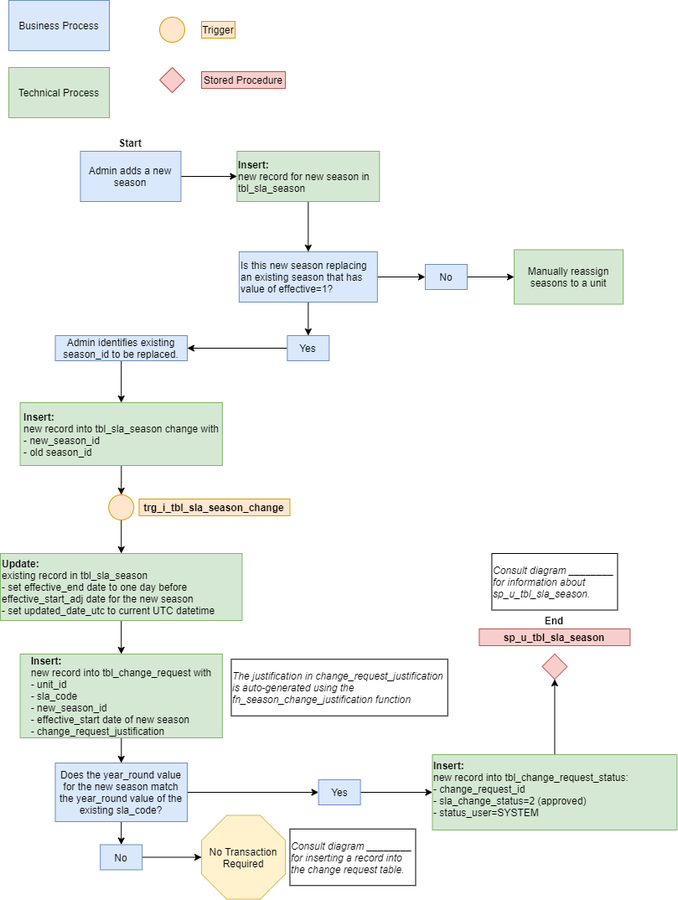
NYC-Parks/SLADB keeps this draw.io diagram as images/trg_season_change.png. Above is the earlier version. Source tidied: cells renumbered, new cells last; positions are measured from the earlier drawing's top-left corner, leaving out a move shared by most shapes.
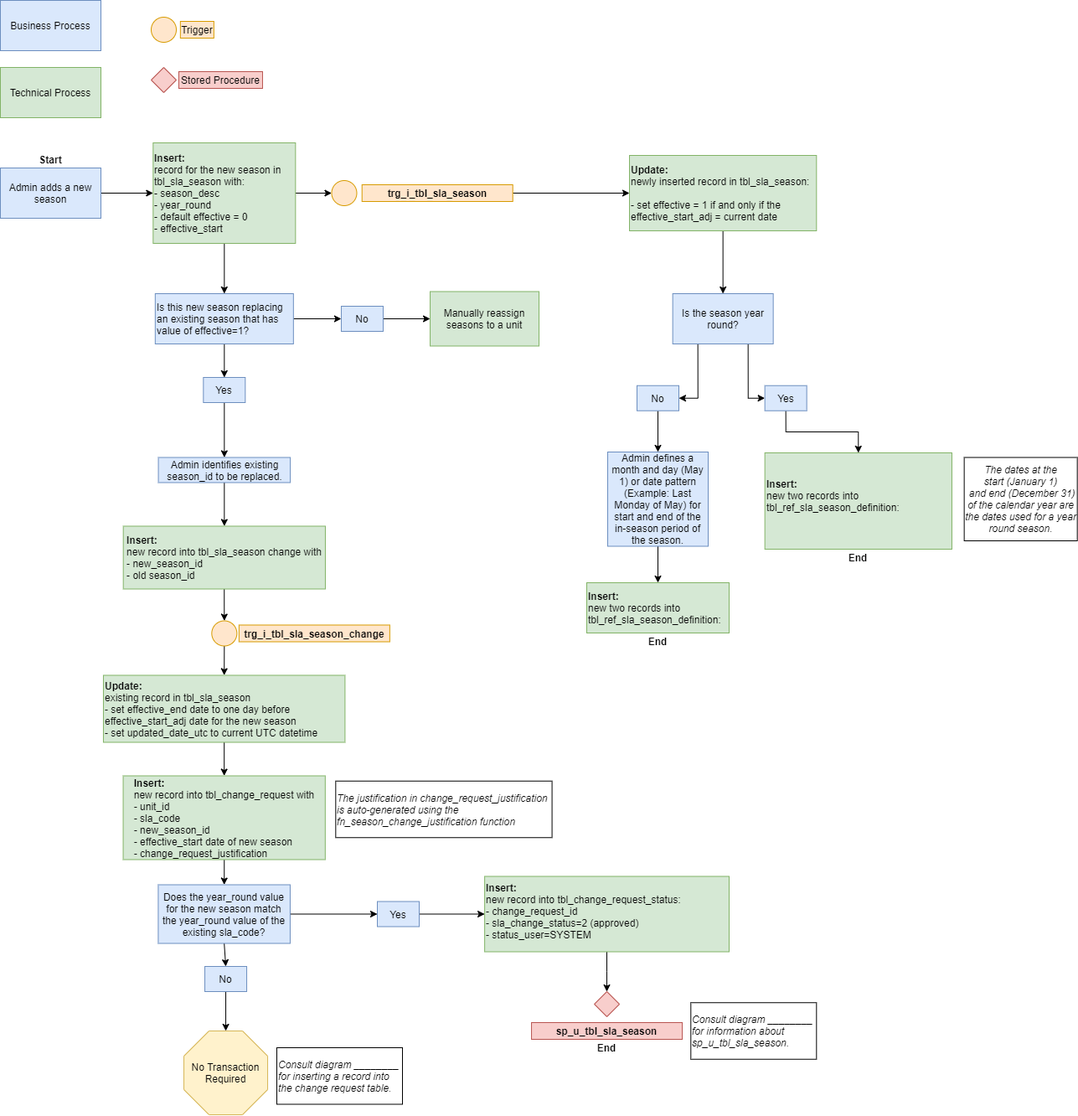
Above is the later version.

Diff of the diagram source:
```diff
@@ -5,14 +5,14 @@
     <mxCell id="2" value="Business Process" style="rounded=0;whiteSpace=wrap;html=1;fillColor=#dae8fc;strokeColor=#6c8ebf;" parent="1" vertex="1">
-      <mxGeometry x="10" width="120" height="60" as="geometry" />
+      <mxGeometry x="-10" y="-20" width="120" height="60" as="geometry" />
     </mxCell>
     <mxCell id="3" value="Technical Process" style="rounded=0;whiteSpace=wrap;html=1;fillColor=#d5e8d4;strokeColor=#82b366;" parent="1" vertex="1">
-      <mxGeometry x="10" y="80" width="120" height="60" as="geometry" />
+      <mxGeometry x="-10" y="60" width="120" height="60" as="geometry" />
     </mxCell>
     <mxCell id="4" style="ellipse;whiteSpace=wrap;html=1;fillColor=#ffe6cc;strokeColor=#d79b00;" parent="1" vertex="1">
-      <mxGeometry x="190" y="20" width="30" height="30" as="geometry" />
+      <mxGeometry x="170" width="30" height="30" as="geometry" />
     </mxCell>
     <mxCell id="5" value="Trigger" style="text;html=1;strokeColor=#d79b00;fillColor=#ffe6cc;align=center;verticalAlign=middle;whiteSpace=wrap;rounded=0;" parent="1" vertex="1">
-      <mxGeometry x="240" y="25" width="40" height="20" as="geometry" />
+      <mxGeometry x="204.8" y="5" width="40" height="20" as="geometry" />
     </mxCell>
-    <mxCell id="6" style="edgeStyle=orthogonalEdgeStyle;rounded=0;jettySize=auto;html=1;" parent="1" edge="1" source="7" target="9">
+    <mxCell id="6" style="edgeStyle=orthogonalEdgeStyle;rounded=0;jettySize=auto;html=1;exitX=1;exitY=0.5;exitDx=0;exitDy=0;" parent="1" edge="1" source="7" target="9">
       <mxGeometry relative="1" as="geometry" />
@@ -20,3 +20,3 @@
     <mxCell id="7" value="Admin adds a new season" style="rounded=0;whiteSpace=wrap;html=1;fillColor=#dae8fc;strokeColor=#6c8ebf;" parent="1" vertex="1">
-      <mxGeometry x="95.5" y="180" width="120" height="60" as="geometry" />
+      <mxGeometry x="-10" y="180" width="120" height="60" as="geometry" />
     </mxCell>
@@ -25,4 +25,7 @@
     </mxCell>
+    <mxCell id="48" style="edgeStyle=orthogonalEdgeStyle;rounded=0;jettySize=auto;html=1;exitX=1;exitY=0.5;exitDx=0;exitDy=0;entryX=0;entryY=0.5;entryDx=0;entryDy=0;" parent="1" edge="1" source="9" target="49">
+      <mxGeometry relative="1" as="geometry" />
+    </mxCell>
-    <mxCell id="9" value="&lt;b&gt;Insert:&lt;/b&gt;&lt;br&gt;new record for new season in tbl_sla_season" style="rounded=0;whiteSpace=wrap;html=1;fillColor=#d5e8d4;strokeColor=#82b366;align=left;" parent="1" vertex="1">
-      <mxGeometry x="282.3" y="180" width="170" height="60" as="geometry" />
+    <mxCell id="9" value="&lt;b&gt;Insert:&lt;/b&gt;&lt;br&gt;record for the new season in tbl_sla_season with:&lt;br&gt;- season_desc&lt;br&gt;- year_round&lt;br&gt;- default effective = 0&lt;br&gt;- effective_start" style="rounded=0;whiteSpace=wrap;html=1;fillColor=#d5e8d4;strokeColor=#82b366;align=left;" parent="1" vertex="1">
+      <mxGeometry x="172.3" y="150" width="170" height="120" as="geometry" />
     </mxCell>
@@ -35,5 +38,5 @@
     <mxCell id="12" value="Is this new season replacing an existing season that has value of effective=1?" style="rounded=0;whiteSpace=wrap;html=1;fillColor=#dae8fc;strokeColor=#6c8ebf;align=left;" parent="1" vertex="1">
-      <mxGeometry x="284.8" y="300" width="165" height="60" as="geometry" />
+      <mxGeometry x="174.8" y="330" width="165" height="60" as="geometry" />
     </mxCell>
-    <mxCell id="13" style="edgeStyle=orthogonalEdgeStyle;rounded=0;jettySize=auto;html=1;" parent="1" edge="1" source="14" target="16">
+    <mxCell id="13" style="edgeStyle=orthogonalEdgeStyle;rounded=0;jettySize=auto;html=1;exitX=0.5;exitY=1;exitDx=0;exitDy=0;entryX=0.5;entryY=0;entryDx=0;entryDy=0;" parent="1" edge="1" source="14" target="16">
       <mxGeometry relative="1" as="geometry" />
@@ -41,3 +44,3 @@
     <mxCell id="14" value="Yes" style="rounded=0;whiteSpace=wrap;html=1;fillColor=#dae8fc;strokeColor=#6c8ebf;align=center;" parent="1" vertex="1">
-      <mxGeometry x="342.3" y="400" width="50" height="30" as="geometry" />
+      <mxGeometry x="232.3" y="430" width="50" height="30" as="geometry" />
     </mxCell>
@@ -47,3 +50,3 @@
     <mxCell id="16" value="Admin identifies existing season_id to be replaced." style="rounded=0;whiteSpace=wrap;html=1;fillColor=#dae8fc;strokeColor=#6c8ebf;align=center;" parent="1" vertex="1">
-      <mxGeometry x="65.5" y="400" width="157.5" height="30" as="geometry" />
+      <mxGeometry x="178.6" y="525.5" width="157.5" height="30" as="geometry" />
     </mxCell>
@@ -53,3 +56,3 @@
     <mxCell id="18" value="&lt;div style=&quot;text-align: left&quot;&gt;&lt;b&gt;Insert:&lt;/b&gt;&lt;/div&gt;&lt;div style=&quot;text-align: left&quot;&gt;&lt;span&gt;new record into tbl_sla_season change with&lt;/span&gt;&lt;/div&gt;&lt;div style=&quot;text-align: left&quot;&gt;&lt;span&gt;- new_season_id&lt;/span&gt;&lt;/div&gt;&lt;div style=&quot;text-align: left&quot;&gt;&lt;span&gt;- old season_id&lt;/span&gt;&lt;/div&gt;" style="rounded=0;whiteSpace=wrap;html=1;fillColor=#d5e8d4;strokeColor=#82b366;align=center;" parent="1" vertex="1">
-      <mxGeometry x="23.6" y="480" width="241.2" height="75" as="geometry" />
+      <mxGeometry x="136.7" y="607.5" width="241.2" height="75" as="geometry" />
     </mxCell>
@@ -59,5 +62,5 @@
     <mxCell id="20" value="&lt;div&gt;&lt;b&gt;Update:&lt;/b&gt;&lt;/div&gt;&lt;div&gt;existing record in tbl_sla_season&lt;/div&gt;&lt;div&gt;- set effective_end date to one day before effective_start_adj date for the new season&lt;/div&gt;&lt;div&gt;- set updated_date_utc to current UTC datetime&amp;nbsp;&lt;/div&gt;" style="rounded=0;whiteSpace=wrap;html=1;fillColor=#d5e8d4;strokeColor=#82b366;align=left;labelPosition=center;verticalLabelPosition=middle;verticalAlign=middle;" parent="1" vertex="1">
-      <mxGeometry y="660" width="288.4" height="80" as="geometry" />
+      <mxGeometry x="113" y="785.5" width="288.4" height="80" as="geometry" />
     </mxCell>
-    <mxCell id="21" style="edgeStyle=orthogonalEdgeStyle;rounded=0;jettySize=auto;html=1;exitX=0.5;exitY=0;exitDx=0;exitDy=0;entryX=0.5;entryY=1;entryDx=0;entryDy=0;" parent="1" edge="1" source="22" target="43">
+    <mxCell id="21" style="edgeStyle=orthogonalEdgeStyle;rounded=0;jettySize=auto;html=1;" parent="1" edge="1" source="22" target="43">
       <mxGeometry relative="1" as="geometry" />
@@ -65,3 +68,3 @@
     <mxCell id="22" value="&lt;div&gt;&lt;b&gt;Insert:&lt;/b&gt;&lt;/div&gt;&lt;div&gt;&lt;span&gt;new record into tbl_change_request_status:&lt;/span&gt;&lt;/div&gt;&lt;div&gt;&lt;span&gt;- change_request_id&lt;/span&gt;&lt;/div&gt;&lt;div&gt;&lt;span&gt;- sla_change_status=2 (approved)&lt;/span&gt;&lt;/div&gt;&lt;div&gt;&lt;span&gt;- status_user=SYSTEM&lt;/span&gt;&lt;/div&gt;&lt;div&gt;&lt;span&gt;&lt;br&gt;&lt;/span&gt;&lt;/div&gt;" style="rounded=0;whiteSpace=wrap;html=1;fillColor=#d5e8d4;strokeColor=#82b366;align=left;verticalAlign=top;" parent="1" vertex="1">
-      <mxGeometry x="515.5" y="900" width="291.9" height="90" as="geometry" />
+      <mxGeometry x="568.1" y="1025.5" width="291.9" height="90" as="geometry" />
     </mxCell>
@@ -71,6 +74,6 @@
     <mxCell id="24" value="No" style="rounded=0;whiteSpace=wrap;html=1;fillColor=#dae8fc;strokeColor=#6c8ebf;align=center;" parent="1" vertex="1">
-      <mxGeometry x="507" y="315" width="50" height="30" as="geometry" />
+      <mxGeometry x="397" y="345" width="50" height="30" as="geometry" />
     </mxCell>
     <mxCell id="25" value="Manually reassign seasons to a unit" style="rounded=0;whiteSpace=wrap;html=1;fillColor=#d5e8d4;strokeColor=#82b366;align=center;" parent="1" vertex="1">
-      <mxGeometry x="613" y="297.5" width="130" height="65" as="geometry" />
+      <mxGeometry x="503" y="327.5" width="130" height="65" as="geometry" />
     </mxCell>
@@ -80,6 +83,6 @@
     <mxCell id="27" style="ellipse;whiteSpace=wrap;html=1;fillColor=#ffe6cc;strokeColor=#d79b00;" parent="1" vertex="1">
-      <mxGeometry x="129.2" y="590" width="30" height="30" as="geometry" />
+      <mxGeometry x="242.3" y="720.5" width="30" height="30" as="geometry" />
     </mxCell>
     <mxCell id="28" value="&lt;b&gt;trg_i_tbl_sla_season_change&lt;/b&gt;" style="text;html=1;strokeColor=#d79b00;fillColor=#ffe6cc;align=center;verticalAlign=middle;whiteSpace=wrap;rounded=0;" parent="1" vertex="1">
-      <mxGeometry x="165.5" y="595" width="180" height="20" as="geometry" />
+      <mxGeometry x="274.8" y="725.5" width="180" height="20" as="geometry" />
     </mxCell>
@@ -89,6 +92,6 @@
     <mxCell id="30" value="&lt;div style=&quot;text-align: left&quot;&gt;&lt;b&gt;Insert:&lt;/b&gt;&lt;/div&gt;&lt;div style=&quot;text-align: left&quot;&gt;&lt;span&gt;new record into tbl_change_request with&lt;/span&gt;&lt;/div&gt;&lt;div style=&quot;text-align: left&quot;&gt;&lt;span&gt;- unit_id&lt;/span&gt;&lt;/div&gt;&lt;div style=&quot;text-align: left&quot;&gt;&lt;span&gt;- sla_code&lt;/span&gt;&lt;/div&gt;&lt;div style=&quot;text-align: left&quot;&gt;&lt;span&gt;-&amp;nbsp;&lt;/span&gt;&lt;span&gt;new_season_id&lt;/span&gt;&lt;/div&gt;&lt;div style=&quot;text-align: left&quot;&gt;- effective_start date of new season&lt;/div&gt;&lt;div style=&quot;text-align: left&quot;&gt;- change_request_justification&lt;/div&gt;" style="rounded=0;whiteSpace=wrap;html=1;fillColor=#d5e8d4;strokeColor=#82b366;align=center;" parent="1" vertex="1">
-      <mxGeometry x="23.6" y="780" width="241.2" height="100" as="geometry" />
+      <mxGeometry x="136.6" y="905.5" width="241.2" height="100" as="geometry" />
     </mxCell>
     <mxCell id="31" value="The justification in change_request_justification is auto-generated using the fn_season_change_justification function" style="rounded=0;whiteSpace=wrap;html=1;align=left;fontStyle=2;fillColor=none;" parent="1" vertex="1">
-      <mxGeometry x="275.5" y="786.2" width="258.3" height="67.5" as="geometry" />
+      <mxGeometry x="390.3" y="911.8" width="258.3" height="67.5" as="geometry" />
     </mxCell>
@@ -101,6 +104,6 @@
     <mxCell id="34" value="Does the year_round value for the new season match the year_round value of the existing sla_code?" style="rounded=0;whiteSpace=wrap;html=1;fillColor=#dae8fc;strokeColor=#6c8ebf;align=center;" parent="1" vertex="1">
-      <mxGeometry x="65.5" y="910" width="157.5" height="70" as="geometry" />
+      <mxGeometry x="178.4" y="1035.5" width="157.5" height="70" as="geometry" />
     </mxCell>
     <mxCell id="35" value="Consult diagram ________ for inserting a record into the change request table." style="rounded=0;whiteSpace=wrap;html=1;align=left;fontStyle=2;fillColor=none;" parent="1" vertex="1">
-      <mxGeometry x="345.5" y="988.8" width="150" height="67.5" as="geometry" />
+      <mxGeometry x="320" y="1230" width="150" height="67.5" as="geometry" />
     </mxCell>
@@ -110,5 +113,5 @@
     <mxCell id="37" value="Yes" style="rounded=0;whiteSpace=wrap;html=1;fillColor=#dae8fc;strokeColor=#6c8ebf;align=center;" parent="1" vertex="1">
-      <mxGeometry x="379.6" y="930" width="50" height="30" as="geometry" />
+      <mxGeometry x="440" y="1055.5" width="50" height="30" as="geometry" />
     </mxCell>
-    <mxCell id="38" style="edgeStyle=orthogonalEdgeStyle;rounded=0;jettySize=auto;html=1;exitX=1;exitY=0.5;exitDx=0;exitDy=0;entryX=0;entryY=0.5;entryDx=0;entryDy=0;entryPerimeter=0;" parent="1" edge="1" source="39" target="40">
+    <mxCell id="38" style="edgeStyle=orthogonalEdgeStyle;rounded=0;jettySize=auto;html=1;" parent="1" edge="1" source="39" target="40">
       <mxGeometry relative="1" as="geometry" />
@@ -116,28 +119,85 @@
     <mxCell id="39" value="No" style="rounded=0;whiteSpace=wrap;html=1;fillColor=#dae8fc;strokeColor=#6c8ebf;align=center;" parent="1" vertex="1">
-      <mxGeometry x="119.2" y="1007.5" width="50" height="30" as="geometry" />
+      <mxGeometry x="234" y="1133" width="50" height="30" as="geometry" />
     </mxCell>
     <mxCell id="40" value="No Transaction Required" style="whiteSpace=wrap;html=1;shape=mxgraph.basic.octagon2;align=center;verticalAlign=middle;dx=15;fillColor=#fff2cc;strokeColor=#d6b656;" parent="1" vertex="1">
-      <mxGeometry x="240" y="972.5" width="100" height="100" as="geometry" />
+      <mxGeometry x="209" y="1210" width="100" height="100" as="geometry" />
     </mxCell>
     <mxCell id="41" value="Start" style="text;html=1;strokeColor=none;fillColor=none;align=center;verticalAlign=middle;whiteSpace=wrap;rounded=0;fontStyle=1;" parent="1" vertex="1">
-      <mxGeometry x="135.5" y="160" width="40" height="20" as="geometry" />
+      <mxGeometry x="30" y="160" width="40" height="20" as="geometry" />
     </mxCell>
     <mxCell id="42" value="End" style="text;html=1;strokeColor=none;fillColor=none;align=center;verticalAlign=middle;whiteSpace=wrap;rounded=0;fontStyle=1;" parent="1" vertex="1">
-      <mxGeometry x="641.4" y="730" width="40" height="20" as="geometry" />
+      <mxGeometry x="694.1" y="1220" width="40" height="20" as="geometry" />
     </mxCell>
     <mxCell id="43" style="rhombus;whiteSpace=wrap;html=1;fillColor=#f8cecc;strokeColor=#b85450;" parent="1" vertex="1">
-      <mxGeometry x="646.4" y="780" width="30" height="30" as="geometry" />
+      <mxGeometry x="699.1" y="1163" width="30" height="30" as="geometry" />
     </mxCell>
     <mxCell id="44" value="&lt;b&gt;sp_u_tbl_sla_season&lt;/b&gt;" style="text;html=1;strokeColor=#b85450;fillColor=#f8cecc;align=center;verticalAlign=middle;whiteSpace=wrap;rounded=0;" parent="1" vertex="1">
-      <mxGeometry x="571.4" y="750" width="180" height="20" as="geometry" />
+      <mxGeometry x="624.1" y="1200" width="180" height="20" as="geometry" />
     </mxCell>
     <mxCell id="45" value="Consult diagram ________ for information about sp_u_tbl_sla_season." style="rounded=0;whiteSpace=wrap;html=1;align=left;fontStyle=2;fillColor=none;" parent="1" vertex="1">
-      <mxGeometry x="586.4" y="660" width="150" height="67.5" as="geometry" />
+      <mxGeometry x="814.3" y="1176.2" width="150" height="67.5" as="geometry" />
     </mxCell>
     <mxCell id="46" style="rhombus;whiteSpace=wrap;html=1;fillColor=#f8cecc;strokeColor=#b85450;" parent="1" vertex="1">
-      <mxGeometry x="190" y="80" width="30" height="30" as="geometry" />
+      <mxGeometry x="170" y="60" width="30" height="30" as="geometry" />
     </mxCell>
     <mxCell id="47" value="Stored Procedure" style="text;html=1;strokeColor=#b85450;fillColor=#f8cecc;align=center;verticalAlign=middle;whiteSpace=wrap;rounded=0;" parent="1" vertex="1">
-      <mxGeometry x="240" y="85" width="100" height="20" as="geometry" />
+      <mxGeometry x="203" y="65" width="100" height="20" as="geometry" />
     </mxCell>
+    <mxCell id="49" style="ellipse;whiteSpace=wrap;html=1;fillColor=#ffe6cc;strokeColor=#d79b00;" parent="1" vertex="1">
+      <mxGeometry x="385.5" y="195" width="30" height="30" as="geometry" />
+    </mxCell>
+    <mxCell id="50" style="edgeStyle=orthogonalEdgeStyle;rounded=0;jettySize=auto;html=1;exitX=1;exitY=0.5;exitDx=0;exitDy=0;" parent="1" edge="1" source="51" target="53">
+      <mxGeometry relative="1" as="geometry" />
+    </mxCell>
+    <mxCell id="51" value="&lt;b&gt;trg_i_tbl_sla_season&lt;/b&gt;" style="text;html=1;strokeColor=#d79b00;fillColor=#ffe6cc;align=center;verticalAlign=middle;whiteSpace=wrap;rounded=0;" parent="1" vertex="1">
+      <mxGeometry x="421.7" y="200" width="180" height="20" as="geometry" />
+    </mxCell>
+    <mxCell id="52" style="edgeStyle=orthogonalEdgeStyle;rounded=0;jettySize=auto;html=1;exitX=0.5;exitY=1;exitDx=0;exitDy=0;" parent="1" edge="1" source="53" target="57">
+      <mxGeometry relative="1" as="geometry" />
+    </mxCell>
+    <mxCell id="53" value="&lt;b&gt;Update:&lt;/b&gt;&lt;br&gt;newly inserted record in tbl_sla_season:&lt;br&gt;&amp;nbsp;&lt;br&gt;- set effective = 1 if and only if the effective_start_adj = current date" style="rounded=0;whiteSpace=wrap;html=1;fillColor=#d5e8d4;strokeColor=#82b366;align=left;" parent="1" vertex="1">
+      <mxGeometry x="741" y="165" width="223.3" height="90" as="geometry" />
+    </mxCell>
+    <mxCell id="54" value="&lt;b&gt;Insert:&lt;/b&gt;&lt;br&gt;new two records into tbl_ref_sla_season_definition:&lt;br&gt;&amp;nbsp;" style="rounded=0;whiteSpace=wrap;html=1;fillColor=#d5e8d4;strokeColor=#82b366;align=left;" parent="1" vertex="1">
+      <mxGeometry x="902.7" y="520" width="223.3" height="115" as="geometry" />
+    </mxCell>
+    <mxCell id="55" style="edgeStyle=orthogonalEdgeStyle;rounded=0;jettySize=auto;html=1;exitX=0.75;exitY=1;exitDx=0;exitDy=0;entryX=0;entryY=0.5;entryDx=0;entryDy=0;" parent="1" edge="1" source="57" target="61">
+      <mxGeometry relative="1" as="geometry" />
+    </mxCell>
+    <mxCell id="56" style="edgeStyle=orthogonalEdgeStyle;rounded=0;jettySize=auto;html=1;exitX=0.25;exitY=1;exitDx=0;exitDy=0;entryX=1;entryY=0.5;entryDx=0;entryDy=0;" parent="1" edge="1" source="57" target="59">
+      <mxGeometry relative="1" as="geometry" />
+    </mxCell>
+    <mxCell id="57" value="Is the season year round?" style="rounded=0;whiteSpace=wrap;html=1;fillColor=#dae8fc;strokeColor=#6c8ebf;" parent="1" vertex="1">
+      <mxGeometry x="792.7" y="330" width="120" height="60" as="geometry" />
+    </mxCell>
+    <mxCell id="58" style="edgeStyle=orthogonalEdgeStyle;rounded=0;jettySize=auto;html=1;exitX=0.5;exitY=1;exitDx=0;exitDy=0;entryX=0.5;entryY=0;entryDx=0;entryDy=0;" parent="1" edge="1" source="59" target="64">
+      <mxGeometry relative="1" as="geometry" />
+    </mxCell>
+    <mxCell id="59" value="No" style="rounded=0;whiteSpace=wrap;html=1;fillColor=#dae8fc;strokeColor=#6c8ebf;align=center;" parent="1" vertex="1">
+      <mxGeometry x="750" y="439.8" width="50" height="30" as="geometry" />
+    </mxCell>
+    <mxCell id="60" style="edgeStyle=orthogonalEdgeStyle;rounded=0;jettySize=auto;html=1;exitX=0.5;exitY=1;exitDx=0;exitDy=0;entryX=0.5;entryY=0;entryDx=0;entryDy=0;" parent="1" edge="1" source="61" target="54">
+      <mxGeometry relative="1" as="geometry" />
+    </mxCell>
+    <mxCell id="61" value="Yes" style="rounded=0;whiteSpace=wrap;html=1;fillColor=#dae8fc;strokeColor=#6c8ebf;align=center;" parent="1" vertex="1">
+      <mxGeometry x="902.7" y="439.8" width="50" height="30" as="geometry" />
+    </mxCell>
+    <mxCell id="62" value="&lt;b&gt;Insert:&lt;/b&gt;&lt;br&gt;new two records into tbl_ref_sla_season_definition:" style="rounded=0;whiteSpace=wrap;html=1;fillColor=#d5e8d4;strokeColor=#82b366;align=left;" parent="1" vertex="1">
+      <mxGeometry x="690" y="675" width="170" height="60" as="geometry" />
+    </mxCell>
+    <mxCell id="63" style="edgeStyle=orthogonalEdgeStyle;rounded=0;jettySize=auto;html=1;exitX=0.5;exitY=1;exitDx=0;exitDy=0;entryX=0.5;entryY=0;entryDx=0;entryDy=0;" parent="1" edge="1" source="64" target="62">
+      <mxGeometry relative="1" as="geometry" />
+    </mxCell>
+    <mxCell id="64" value="Admin defines a month and day (May 1) or date pattern (Example: Last Monday of May) for start and end of the in-season period of the season." style="rounded=0;whiteSpace=wrap;html=1;fillColor=#dae8fc;strokeColor=#6c8ebf;" parent="1" vertex="1">
+      <mxGeometry x="715" y="519" width="120" height="112.5" as="geometry" />
+    </mxCell>
+    <mxCell id="65" value="&lt;i&gt;The dates at the start&amp;nbsp;&lt;/i&gt;&lt;i&gt;(January 1)&lt;/i&gt;&lt;i&gt;&lt;br&gt;&amp;nbsp;and end (&lt;/i&gt;&lt;i&gt;December 31)&lt;/i&gt;&lt;i&gt;&lt;br&gt;of the calendar year are the dates used for a year round season.&lt;/i&gt;" style="rounded=0;whiteSpace=wrap;html=1;" parent="1" vertex="1">
+      <mxGeometry x="1140.7" y="525.5" width="135" height="99.5" as="geometry" />
+    </mxCell>
+    <mxCell id="66" value="End" style="text;html=1;strokeColor=none;fillColor=none;align=center;verticalAlign=middle;whiteSpace=wrap;rounded=0;fontStyle=1;" parent="1" vertex="1">
+      <mxGeometry x="994.3" y="635" width="40" height="20" as="geometry" />
+    </mxCell>
+    <mxCell id="67" value="End" style="text;html=1;strokeColor=none;fillColor=none;align=center;verticalAlign=middle;whiteSpace=wrap;rounded=0;fontStyle=1;" parent="1" vertex="1">
+      <mxGeometry x="755" y="735" width="40" height="20" as="geometry" />
+    </mxCell>
   </root>
```
